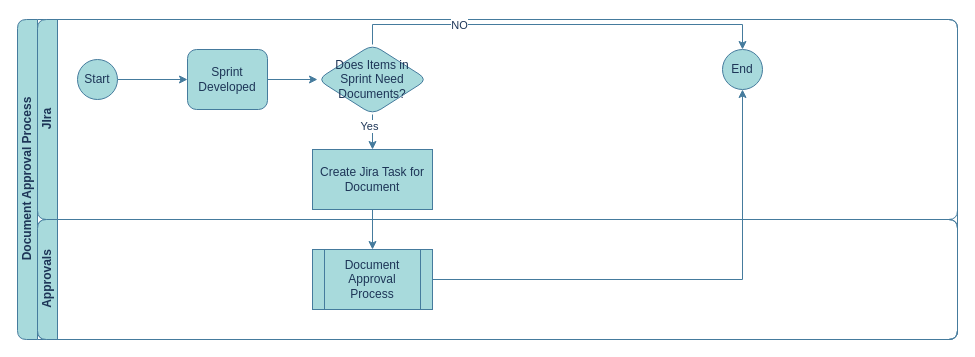
The draw.io diagram page "Document Creation Process" (1 of 2) of Document Creation and Approval Process V1.drawio in dcdodd/Fuzzy-Logic-From-David, before the edit. Source tidied: cells renumbered, new cells numbered last; positions are measured from the earlier drawing's top-left corner, leaving out a move shared by most shapes. Both pictures are drawn from the tidied source at 100%, with x=0, y=0 at pixel (17, 19).
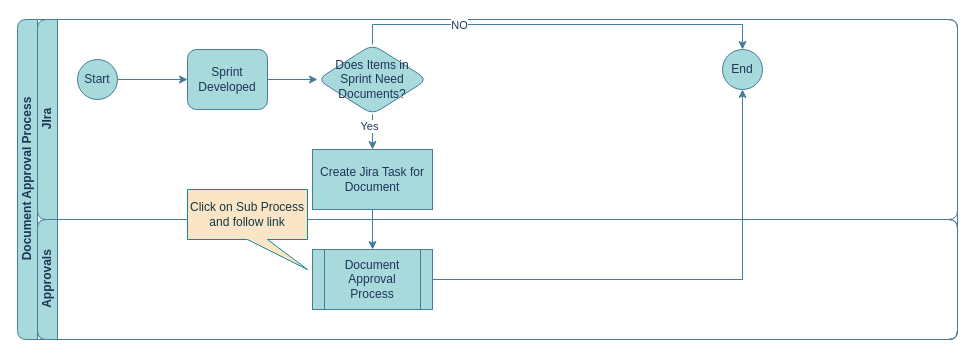
Above is the later version.

The change refers to these unchanged cells:
```xml
<mxCell id="16" value="Approvals" style="swimlane;html=1;startSize=20;horizontal=0;labelBackgroundColor=none;rounded=1;fillColor=#A8DADC;strokeColor=#457B9D;fontColor=#1D3557;" parent="15" vertex="1">
  <mxGeometry width="920" height="120" as="geometry" />
</mxCell>
```

The edit, as a diff of the source:
```diff
@@
+    <mxCell id="20" value="Click on Sub Process and follow link" style="shape=callout;whiteSpace=wrap;html=1;perimeter=calloutPerimeter;strokeColor=#0F8B8D;fontColor=#143642;fillColor=#FAE5C7;position2=1;" parent="16" vertex="1">
+      <mxGeometry x="150" y="-30" width="120" height="80" as="geometry" />
+    </mxCell>
```
